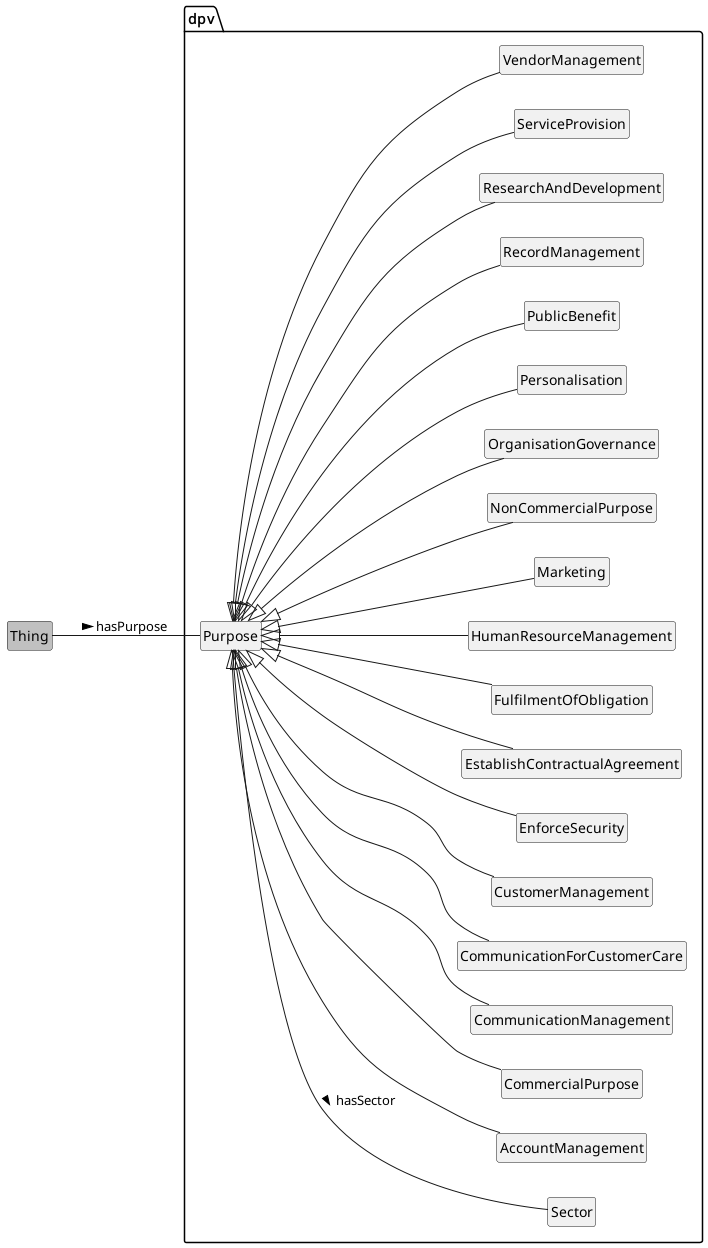
The PlantUML diagram media/purpose-2.png in jeswr/dpv, before a commit.
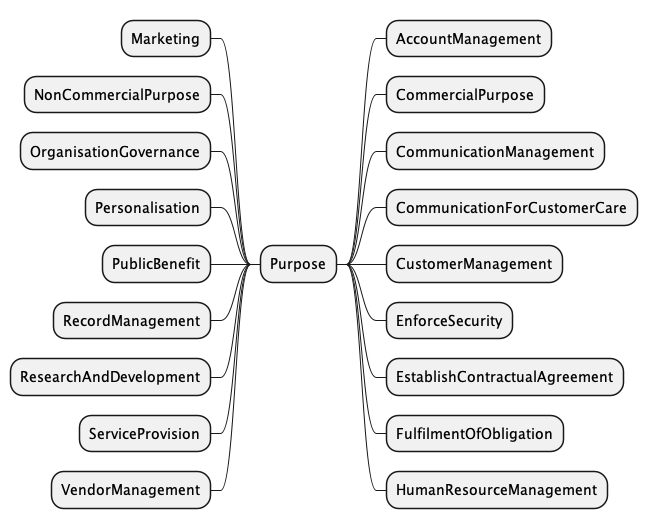
Above is the later version.

Diff of the diagram source:
```diff
@@ -1,51 +1,24 @@
-@startuml
+@startmindmap
 !include style.plantuml
-left to right direction
 
-class Thing #silver
-package dpv {
-	class Purpose
-	class Sector
-	class AccountManagement
-	class CommercialPurpose
-	class CommunicationManagement
-	class CommunicationForCustomerCare
-	class CustomerManagement
-	class EnforceSecurity
-	class EstablishContractualAgreement
-	class FulfilmentOfObligation
-	class HumanResourceManagement
-	class Marketing
-	class NonCommercialPurpose
-	class OrganisationGovernance
-	class Personalisation
-	class PublicBenefit
-	class RecordManagement
-	class ResearchAndDevelopment
-	class ServiceProvision
-	class VendorManagement
-}
-Thing -- Purpose : hasPurpose >
-Purpose --- Sector : hasSector >
-Purpose <|--- AccountManagement
-Purpose <|--- CommercialPurpose
-Purpose <|--- CommunicationManagement
-Purpose <|--- CommunicationForCustomerCare
-Purpose <|--- CustomerManagement
-Purpose <|--- EnforceSecurity
-Purpose <|--- EstablishContractualAgreement
-Purpose <|--- FulfilmentOfObligation
-Purpose <|--- HumanResourceManagement
-Purpose <|--- Marketing
-Purpose <|--- NonCommercialPurpose
-Purpose <|--- OrganisationGovernance
-Purpose <|--- Personalisation
-Purpose <|--- PublicBenefit
-Purpose <|--- RecordManagement
-Purpose <|--- ResearchAndDevelopment
-Purpose <|--- ServiceProvision
-Purpose <|--- VendorManagement
++ Purpose
+++ AccountManagement
+++ CommercialPurpose
+++ CommunicationManagement
+++ CommunicationForCustomerCare
+++ CustomerManagement
+++ EnforceSecurity
+++ EstablishContractualAgreement
+++ FulfilmentOfObligation
+++ HumanResourceManagement
+-- Marketing
+-- NonCommercialPurpose
+-- OrganisationGovernance
+-- Personalisation
+-- PublicBenefit
+-- RecordManagement
+-- ResearchAndDevelopment
+-- ServiceProvision
+-- VendorManagement
 
-
-
-@enduml
+@endmindmap
```
